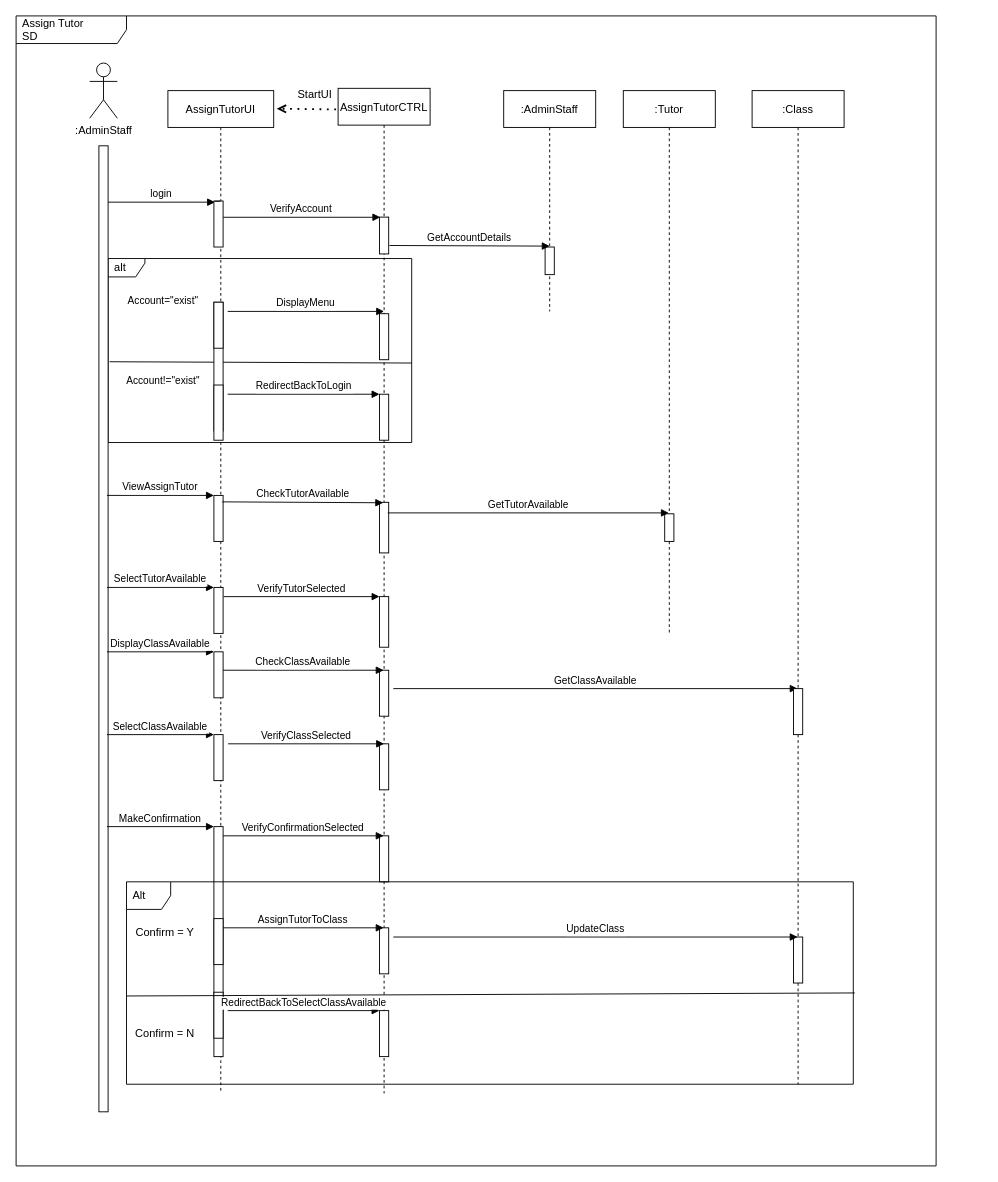
Before: page "SequenceDiagram" (1 of 2) of OOAD DIAGRAM/SequenceDiagram.drawio in Jerald13/SemV2-Drawio, a draw.io diagram. Source tidied: cells renumbered, new cells numbered last; positions are measured from the earlier drawing's top-left corner, leaving out a move shared by most shapes. Both pictures are drawn from the tidied source at 92%, with x=0, y=0 at pixel (16, 16).
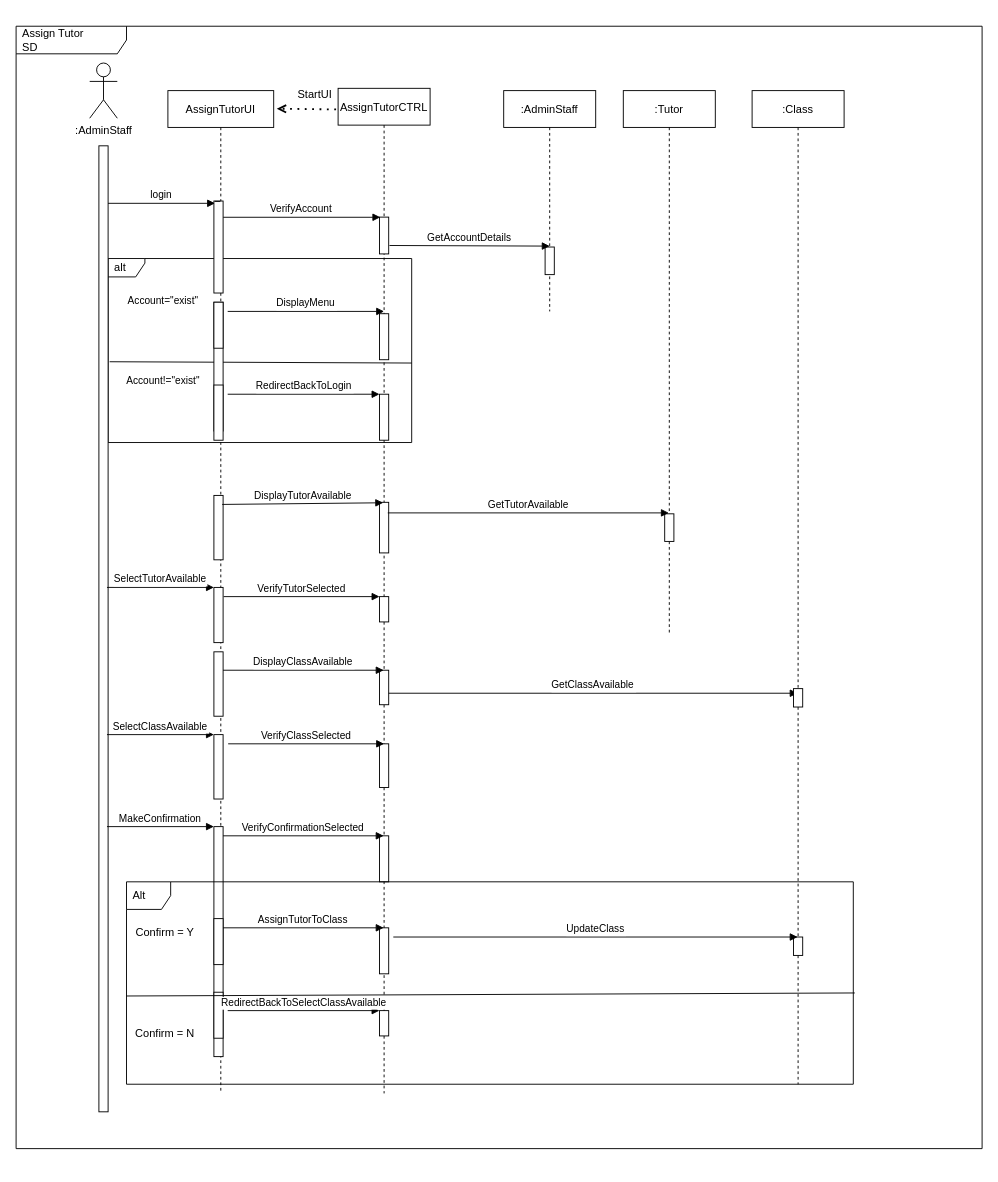
The same page after the edit.

The change refers to these unchanged cells:
```xml
<mxCell id="2" value="AssignTutorCTRL" style="shape=umlLifeline;perimeter=lifelinePerimeter;rounded=0;shadow=0;strokeWidth=1;" parent="1" vertex="1">
  <mxGeometry x="350" y="78.5" width="100" height="1092.5" as="geometry" />
</mxCell>
<mxCell id="7" style="points=[];perimeter=orthogonalPerimeter;rounded=0;shadow=0;strokeWidth=1;" parent="2" vertex="1">
  <mxGeometry x="45" y="450" width="10" height="55" as="geometry" />
</mxCell>
<mxCell id="21" value="AssignTutorUI" style="shape=umlLifeline;perimeter=lifelinePerimeter;rounded=0;shadow=0;strokeWidth=1;" parent="1" vertex="1">
  <mxGeometry x="165" y="81" width="115" height="1090" as="geometry" />
</mxCell>
<mxCell id="57" value=":Class" style="shape=umlLifeline;perimeter=lifelinePerimeter;rounded=0;shadow=0;strokeWidth=1;" parent="1" vertex="1">
  <mxGeometry x="800" y="81" width="100" height="1080" as="geometry" />
</mxCell>
```

Change to the diagram source:
```diff
@@
     <mxCell id="10" style="points=[];perimeter=orthogonalPerimeter;rounded=0;shadow=0;strokeWidth=1;" parent="2" vertex="1">
-      <mxGeometry x="45" y="632.5" width="10" height="50" as="geometry" />
+      <mxGeometry x="45" y="632.5" width="10" height="37.5" as="geometry" />
     </mxCell>
@@
     <mxCell id="13" style="perimeter=orthogonalPerimeter;rounded=0;shadow=0;strokeWidth=1;" parent="2" vertex="1">
-      <mxGeometry x="45" y="1002.5" width="10" height="50" as="geometry" />
+      <mxGeometry x="45" y="1002.5" width="10" height="27.5" as="geometry" />
     </mxCell>
     <mxCell id="14" style="perimeter=orthogonalPerimeter;rounded=0;shadow=0;strokeWidth=1;" parent="2" vertex="1">
-      <mxGeometry x="45" y="712.5" width="10" height="50" as="geometry" />
+      <mxGeometry x="45" y="712.5" width="10" height="47.5" as="geometry" />
     </mxCell>
@@
     <mxCell id="17" style="perimeter=orthogonalPerimeter;rounded=0;shadow=0;strokeWidth=1;" parent="2" vertex="1">
-      <mxGeometry x="45" y="552.5" width="10" height="55" as="geometry" />
+      <mxGeometry x="45" y="552.5" width="10" height="27.5" as="geometry" />
     </mxCell>
@@
     <mxCell id="25" style="points=[];perimeter=orthogonalPerimeter;rounded=0;shadow=0;strokeWidth=1;" parent="21" vertex="1">
-      <mxGeometry x="50" y="440" width="10" height="50" as="geometry" />
+      <mxGeometry x="50" y="440" width="10" height="70" as="geometry" />
     </mxCell>
     <mxCell id="26" style="perimeter=orthogonalPerimeter;rounded=0;shadow=0;strokeWidth=1;" parent="21" vertex="1">
-      <mxGeometry x="50" y="610" width="10" height="50" as="geometry" />
+      <mxGeometry x="50" y="610" width="10" height="70" as="geometry" />
     </mxCell>
-    <mxCell id="27" value="DisplayClassAvailable" style="verticalAlign=bottom;endArrow=block;shadow=0;strokeWidth=1;entryX=0.124;entryY=0.025;entryDx=0;entryDy=0;entryPerimeter=0;" parent="21" edge="1">
-      <mxGeometry relative="1" as="geometry">
-        <mxPoint x="-66.2" y="610" as="sourcePoint" />
-        <mxPoint x="50" y="610" as="targetPoint" />
-      </mxGeometry>
-    </mxCell>
@@
     <mxCell id="29" style="perimeter=orthogonalPerimeter;rounded=0;shadow=0;strokeWidth=1;" parent="21" vertex="1">
-      <mxGeometry x="50" y="540" width="10" height="50" as="geometry" />
+      <mxGeometry x="50" y="540" width="10" height="60" as="geometry" />
     </mxCell>
@@
     <mxCell id="37" style="points=[];perimeter=orthogonalPerimeter;rounded=0;shadow=0;strokeWidth=1;" parent="1" vertex="1">
-      <mxGeometry x="215" y="201" width="10" height="50" as="geometry" />
+      <mxGeometry x="215" y="201" width="10" height="100" as="geometry" />
     </mxCell>
@@
     <mxCell id="39" value="Assign Tutor&lt;br&gt;SD" style="shape=umlFrame;whiteSpace=wrap;html=1;width=120;height=30;boundedLbl=1;verticalAlign=middle;align=left;spacingLeft=5;" parent="1" vertex="1">
-      <mxGeometry y="-0.2" width="1000" height="1250" as="geometry" />
+      <mxGeometry y="11" width="1050" height="1220" as="geometry" />
     </mxCell>
@@
-    <mxCell id="46" value="ViewAssignTutor" style="verticalAlign=bottom;endArrow=block;shadow=0;strokeWidth=1;entryX=0.124;entryY=0.025;entryDx=0;entryDy=0;entryPerimeter=0;" parent="1" edge="1">
-      <mxGeometry relative="1" as="geometry">
-        <mxPoint x="98.8" y="521" as="sourcePoint" />
-        <mxPoint x="215" y="521" as="targetPoint" />
-      </mxGeometry>
-    </mxCell>
-    <mxCell id="47" value="CheckTutorAvailable" style="verticalAlign=bottom;endArrow=block;shadow=0;strokeWidth=1;entryX=0.4;entryY=0.009;entryDx=0;entryDy=0;entryPerimeter=0;exitX=0.9;exitY=0.14;exitDx=0;exitDy=0;exitPerimeter=0;" parent="1" edge="1" source="25" target="7">
+    <mxCell id="47" value="DisplayTutorAvailable" style="verticalAlign=bottom;endArrow=block;shadow=0;strokeWidth=1;entryX=0.4;entryY=0.009;entryDx=0;entryDy=0;entryPerimeter=0;exitX=0.9;exitY=0.14;exitDx=0;exitDy=0;exitPerimeter=0;" parent="1" edge="1" source="25" target="7">
       <mxGeometry relative="1" as="geometry" />
     </mxCell>
@@
-    <mxCell id="51" value="CheckClassAvailable" style="verticalAlign=bottom;endArrow=block;shadow=0;strokeWidth=1;" parent="1" edge="1">
+    <mxCell id="51" value="DisplayClassAvailable" style="verticalAlign=bottom;endArrow=block;shadow=0;strokeWidth=1;" parent="1" edge="1">
       <mxGeometry relative="1" as="geometry">
         <mxPoint x="225" y="711" as="sourcePoint" />
         <mxPoint x="399.5" y="711" as="targetPoint" />
       </mxGeometry>
     </mxCell>
-    <mxCell id="52" value="GetClassAvailable" style="verticalAlign=bottom;endArrow=block;shadow=0;strokeWidth=1;" parent="1" edge="1" target="57">
-      <mxGeometry relative="1" as="geometry">
-        <mxPoint x="410" y="731" as="sourcePoint" />
-      </mxGeometry>
+    <mxCell id="52" value="GetClassAvailable" style="verticalAlign=bottom;endArrow=block;shadow=0;strokeWidth=1;exitX=1;exitY=0.667;exitDx=0;exitDy=0;exitPerimeter=0;" parent="1" edge="1" source="10" target="57">
+      <mxGeometry relative="1" as="geometry" />
     </mxCell>
     <mxCell id="53" style="perimeter=orthogonalPerimeter;rounded=0;shadow=0;strokeWidth=1;" parent="1" vertex="1">
-      <mxGeometry x="215" y="781" width="10" height="50" as="geometry" />
+      <mxGeometry x="215" y="781" width="10" height="70" as="geometry" />
     </mxCell>
@@
     <mxCell id="58" style="perimeter=orthogonalPerimeter;rounded=0;shadow=0;strokeWidth=1;" parent="57" vertex="1">
-      <mxGeometry x="45" y="920" width="10" height="50" as="geometry" />
+      <mxGeometry x="45" y="920" width="10" height="20" as="geometry" />
     </mxCell>
     <mxCell id="59" style="perimeter=orthogonalPerimeter;rounded=0;shadow=0;strokeWidth=1;" parent="57" vertex="1">
-      <mxGeometry x="45" y="650" width="10" height="50" as="geometry" />
+      <mxGeometry x="45" y="650" width="10" height="20" as="geometry" />
     </mxCell>
@@
-    <mxCell id="63" value="Alt" style="shape=umlFrame;whiteSpace=wrap;html=1;width=48;height=30;boundedLbl=1;verticalAlign=middle;align=left;spacingLeft=5;" parent="1" vertex="1">
-      <mxGeometry x="120" y="941" width="790" height="220" as="geometry" />
-    </mxCell>
-    <mxCell id="64" style="endArrow=none;html=1;rounded=0;entryX=1.002;entryY=0.549;entryDx=0;entryDy=0;entryPerimeter=0;exitX=0;exitY=0.564;exitDx=0;exitDy=0;exitPerimeter=0;" parent="1" edge="1" source="63" target="63">
-      <mxGeometry relative="1" as="geometry" />
+    <mxCell id="64" style="endArrow=none;html=1;rounded=0;entryX=1.002;entryY=0.549;entryDx=0;entryDy=0;entryPerimeter=0;exitX=0;exitY=0.564;exitDx=0;exitDy=0;exitPerimeter=0;" parent="1" edge="1">
+      <mxGeometry relative="1" as="geometry">
+        <mxPoint x="120" y="1065.1" as="sourcePoint" />
+        <mxPoint x="911.6" y="1061.8" as="targetPoint" />
+      </mxGeometry>
     </mxCell>
@@
+    <mxCell id="63" value="Alt" style="shape=umlFrame;whiteSpace=wrap;html=1;width=48;height=30;boundedLbl=1;verticalAlign=middle;align=left;spacingLeft=5;" parent="1" vertex="1">
+      <mxGeometry x="120" y="941" width="790" height="220" as="geometry" />
+    </mxCell>
```
